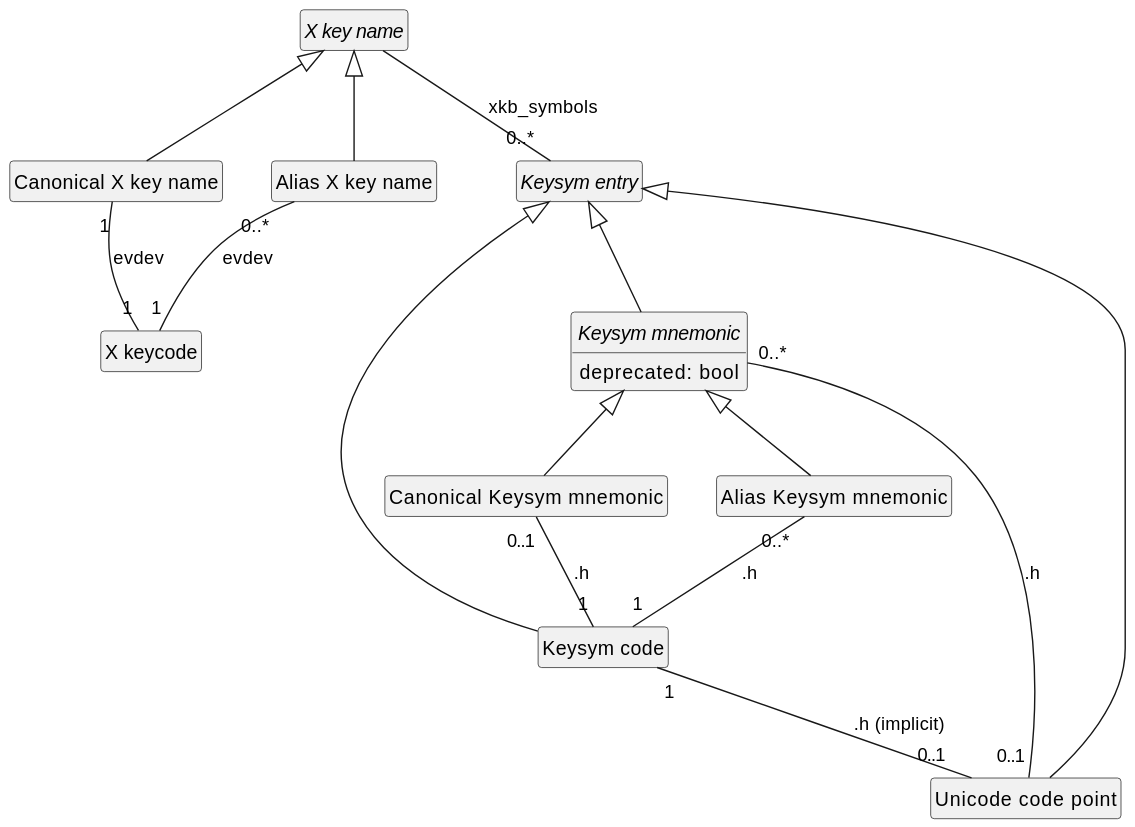
Before: X mappings.svg, a diagram exported from PlantUML (oliviercailloux/XKB-doc).
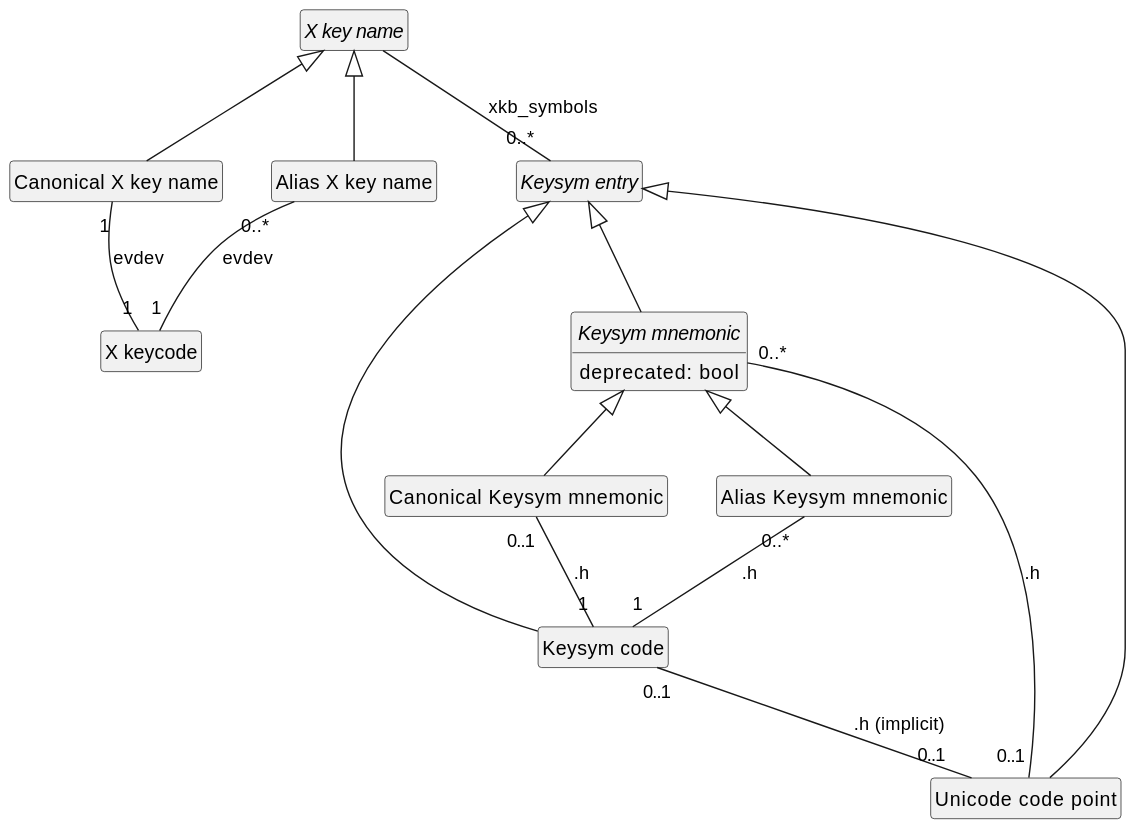
The same diagram one commit later.

Commit message:
UCP to Ks opt

Diff of the diagram source:
```diff
@@ -21,5 +21,5 @@
 "Keysym mnemonic" "0..*" -- "0..1" "Unicode code point" : .h
 "Canonical Keysym mnemonic" "0..1" -- "1" "Keysym code" : .h
 "Alias Keysym mnemonic" "0..*" -- "1" "Keysym code" : .h
-"Keysym code" "1" -- "0..1" "Unicode code point" : .h (implicit)
+"Keysym code" "0..1" -- "0..1" "Unicode code point" : .h (implicit)
 @enduml
```
